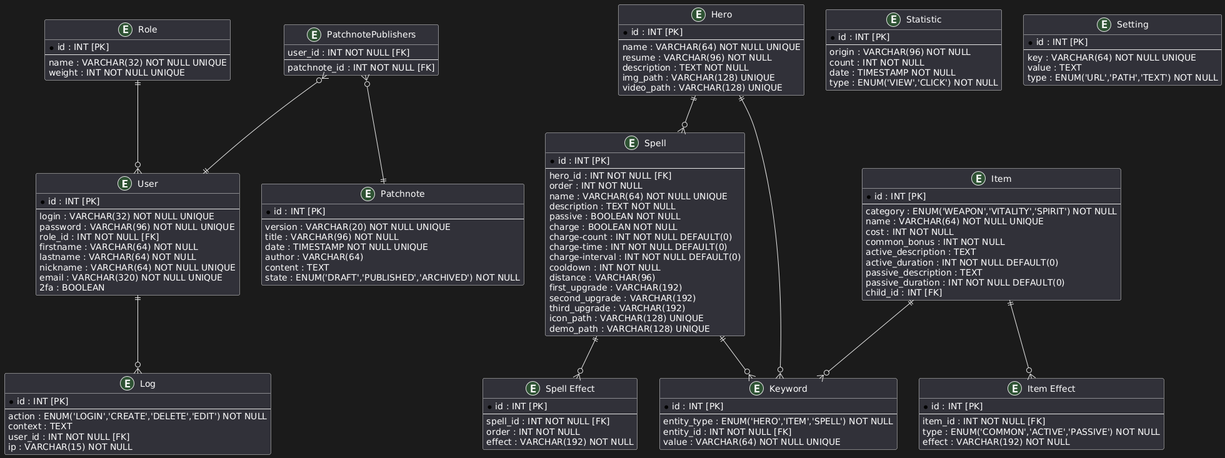
Earlier version of the PlantUML export docs/concept/ERD.png (Neyticom/Deadlock-France-webapp-front).
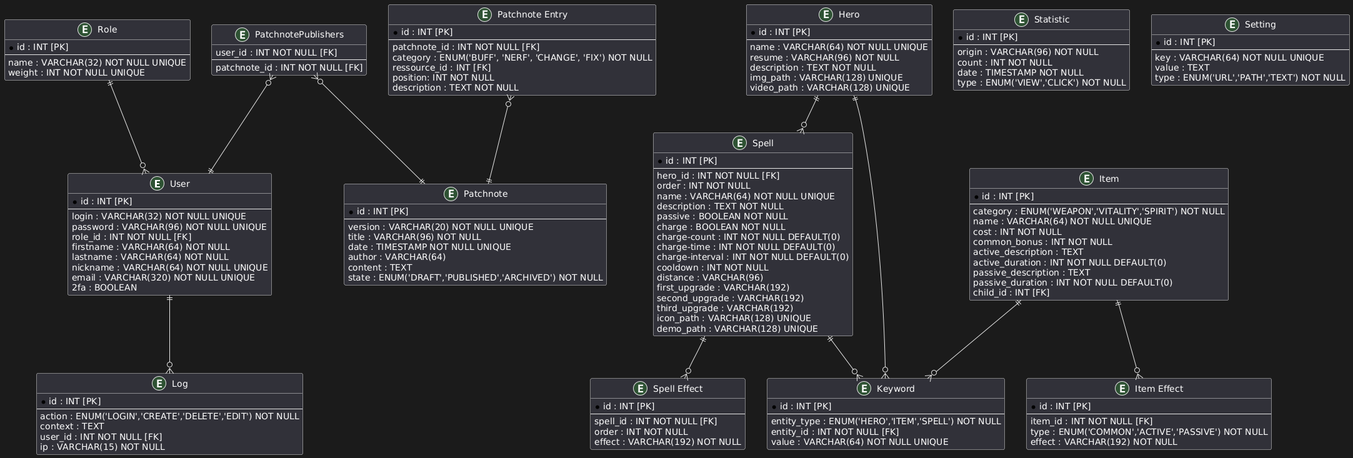
After the commit.

Commit message:
docs: Add patchnote entries to ERD files

Change to the diagram source:
```diff
@@ -28,6 +28,16 @@
   author : VARCHAR(64)
   content : TEXT
   state : ENUM('DRAFT','PUBLISHED','ARCHIVED') NOT NULL
+}
+
+entity "Patchnote Entry" as patchnote_entry {
+  * id : INT [PK]
+  --
+  patchnote_id : INT NOT NULL [FK]
+  category : ENUM('BUFF', 'NERF', 'CHANGE', 'FIX') NOT NULL
+  ressource_id : INT [FK]
+  position: INT NOT NULL
+  description : TEXT NOT NULL
 }
 
 entity "Hero" as hero {
@@ -141,4 +151,5 @@
 spell ||--o{ keyword
 patchnote_publishers }o--|| patchnote
 patchnote_publishers }o--|| user
+patchnote_entry }o--|| patchnote
 @enduml
```
